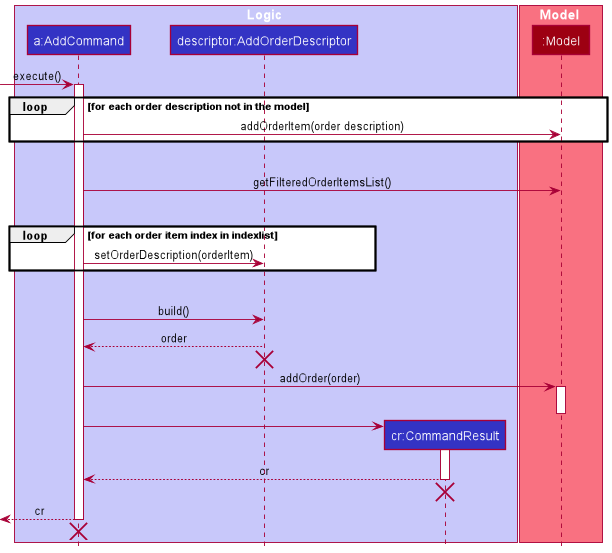
Above: docs/images/AddSequenceDiagram.png in nus-cs2103-AY2021S2/tp (PlantUML), before the change.
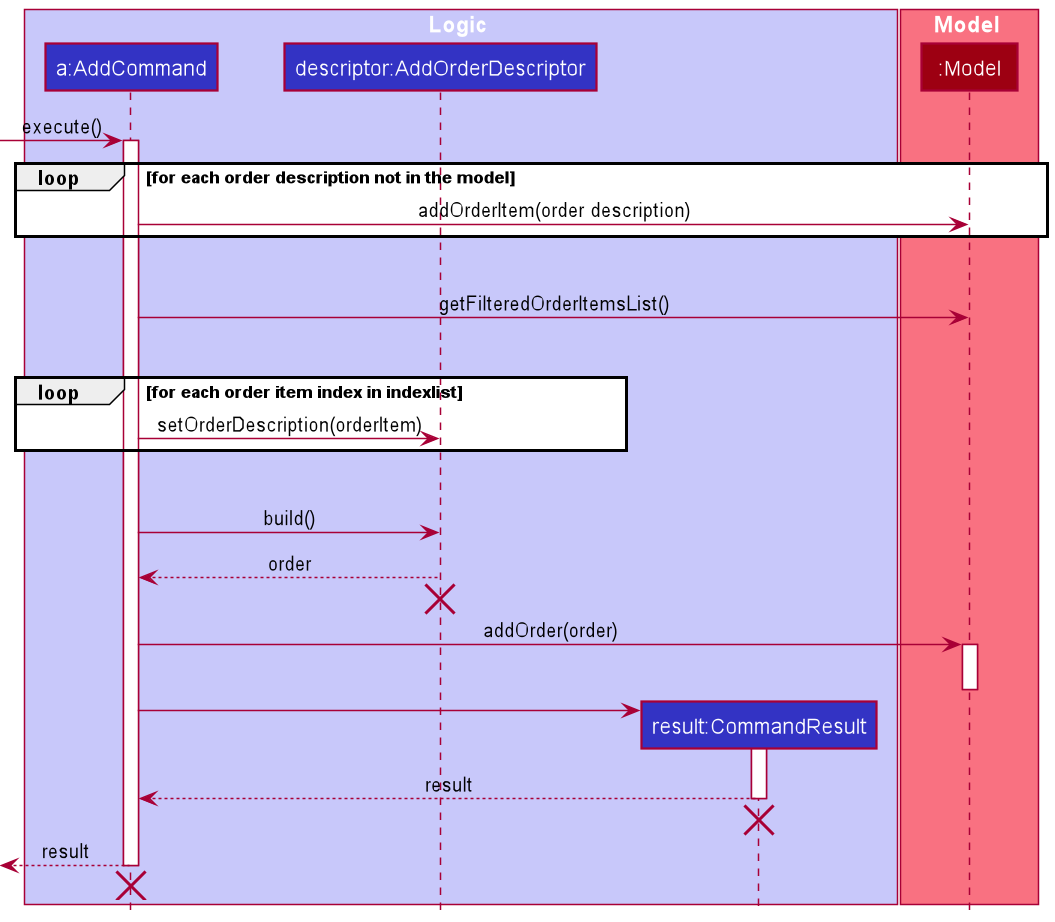
After the commit.

Change to the diagram source:
```diff
@@ -4,7 +4,7 @@
 box Logic LOGIC_COLOR_T1
 participant "a:AddCommand" as AddCommand LOGIC_COLOR
 participant "descriptor:AddOrderDescriptor" as AddOrderDescriptor LOGIC_COLOR
-participant "cr:CommandResult" as CommandResult LOGIC_COLOR
+participant "result:CommandResult" as CommandResult LOGIC_COLOR
 end box
 
 box Model MODEL_COLOR_T1
@@ -45,12 +45,12 @@
 AddCommand -> CommandResult
 activate CommandResult
 
-CommandResult --> AddCommand : cr
+CommandResult --> AddCommand : result
 deactivate CommandResult
 [<-[hidden]- AddCommand
 destroy CommandResult
 
-[<-- AddCommand : cr
+[<-- AddCommand : result
 deactivate AddCommand
 [<-[hidden]- AddCommand
 destroy AddCommand
```
